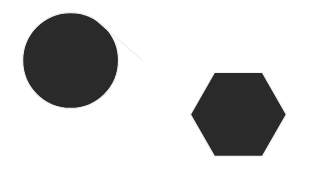
Irenezs/Notes keeps this draw.io diagram as Maths Gapped Notes/-Embeds/Untitled Diagram.svg. Above is the earlier version. Source tidied: cells renumbered, new cells last; positions are measured from the earlier drawing's top-left corner, leaving out a move shared by most shapes.
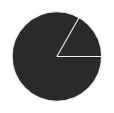
The same diagram one commit later.

Commit message:
vault backup: 2022-05-19 21:29:44

Diff of the diagram source:
```diff
@@ -5,14 +5,16 @@
     <mxCell id="2" style="ellipse;whiteSpace=wrap;html=1;" parent="1" vertex="1">
       <mxGeometry width="80" height="80" as="geometry" />
     </mxCell>
-    <mxCell id="3" style="shape=hexagon;perimeter=hexagonPerimeter2;whiteSpace=wrap;html=1;fixedSize=1;" parent="1" vertex="1">
-      <mxGeometry x="140" y="50" width="80" height="70" as="geometry" />
-    </mxCell>
     <mxCell id="4" style="endArrow=none;html=1;" parent="1" edge="1">
       <mxGeometry relative="1" as="geometry">
-        <mxPoint x="100" y="40" as="sourcePoint" />
+        <mxPoint x="40" y="40" as="sourcePoint" />
         <mxPoint x="60" y="5" as="targetPoint" />
       </mxGeometry>
     </mxCell>
+    <mxCell id="5" style="endArrow=none;html=1;entryX=1;entryY=0.5;entryDx=0;entryDy=0;" parent="1" edge="1" target="2">
+      <mxGeometry relative="1" as="geometry">
+        <mxPoint x="40" y="40" as="sourcePoint" />
+      </mxGeometry>
+    </mxCell>
   </root>
 </mxGraphModel>
```
